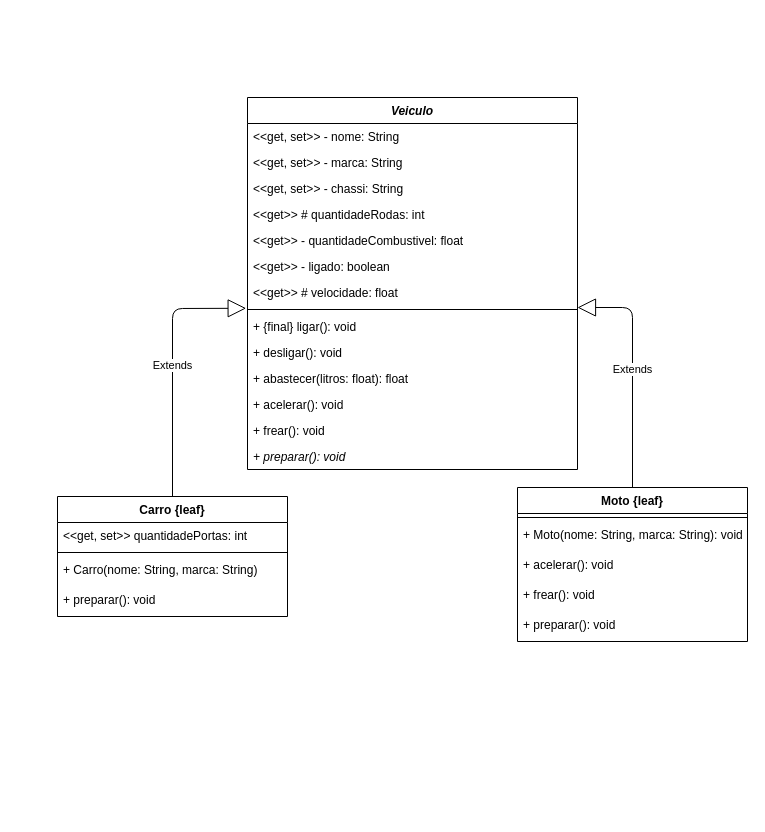
Earlier version of the draw.io diagram UML/veiculo.drawio (andre-s-nascimento/java-oo). Source tidied: cells renumbered, new cells numbered last; positions are measured from the earlier drawing's top-left corner, leaving out a move shared by most shapes. Both pictures are drawn from the tidied source at 100%, with x=0, y=0 at pixel (57, 97).
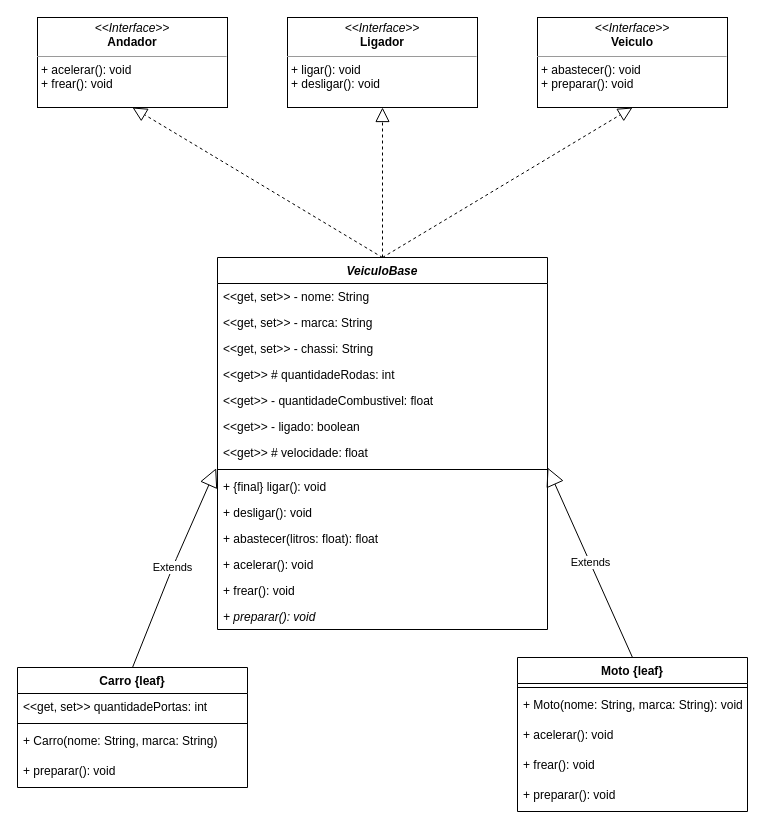
After the change.

Commit message (it also covers changes not shown here):
Interface - Aula 06

Unchanged cells that the change refers to:
```xml
<mxCell id="9" value="&lt;&lt;get&gt;&gt; # velocidade: float" style="text;strokeColor=none;fillColor=none;align=left;verticalAlign=top;spacingLeft=4;spacingRight=4;overflow=hidden;points=[[0,0.5],[1,0.5]];portConstraint=eastwest;" parent="2" vertex="1">
  <mxGeometry y="182" width="330" height="26" as="geometry" />
</mxCell>
```

What changed in the source:
```diff
@@
-    <mxCell id="2" value="Veiculo" style="swimlane;fontStyle=3;align=center;verticalAlign=top;horizontal=1;startSize=26;" parent="1" vertex="1">
-      <mxGeometry x="190" width="330" height="372" as="geometry" />
+    <mxCell id="2" value="VeiculoBase" style="swimlane;fontStyle=3;align=center;verticalAlign=top;horizontal=1;startSize=26;" parent="1" vertex="1">
+      <mxGeometry x="160" y="160" width="330" height="372" as="geometry" />
     </mxCell>
@@
     <mxCell id="17" value="Carro {leaf}" style="swimlane;fontStyle=1;align=center;verticalAlign=top;horizontal=1;startSize=26;" parent="1" vertex="1">
-      <mxGeometry y="399" width="230" height="120" as="geometry" />
+      <mxGeometry x="-40" y="570" width="230" height="120" as="geometry" />
     </mxCell>
@@
     <mxCell id="22" value="Extends" style="endArrow=block;endSize=16;endFill=0;html=1;exitX=0.5;exitY=0;exitDx=0;exitDy=0;entryX=-0.004;entryY=1.107;entryDx=0;entryDy=0;entryPerimeter=0;" parent="1" edge="1" source="17" target="9">
       <mxGeometry relative="1" as="geometry">
         <Array as="points">
-          <mxPoint x="115" y="211" />
+          <mxPoint x="115" y="470" />
         </Array>
       </mxGeometry>
     </mxCell>
     <mxCell id="23" value="Moto {leaf}" style="swimlane;fontStyle=1;align=center;verticalAlign=top;horizontal=1;startSize=26;" parent="1" vertex="1">
-      <mxGeometry x="460" y="390" width="230" height="154" as="geometry" />
+      <mxGeometry x="460" y="560" width="230" height="154" as="geometry" />
     </mxCell>
@@
     <mxCell id="29" value="Extends" style="endArrow=block;endSize=16;endFill=0;html=1;exitX=0.5;exitY=0;exitDx=0;exitDy=0;entryX=1;entryY=1.077;entryDx=0;entryDy=0;entryPerimeter=0;" parent="1" edge="1" source="23" target="9">
-      <mxGeometry relative="1" as="geometry">
-        <Array as="points">
-          <mxPoint x="575" y="210" />
-        </Array>
-      </mxGeometry>
+      <mxGeometry relative="1" as="geometry" />
     </mxCell>
+    <mxCell id="30" value="&lt;p style=&quot;margin:0px;margin-top:4px;text-align:center;&quot;&gt;&lt;i&gt;&amp;lt;&amp;lt;Interface&amp;gt;&amp;gt;&lt;/i&gt;&lt;br&gt;&lt;b&gt;Andador&lt;/b&gt;&lt;/p&gt;&lt;hr size=&quot;1&quot;&gt;&lt;p style=&quot;margin:0px;margin-left:4px;&quot;&gt;&lt;/p&gt;&lt;p style=&quot;margin:0px;margin-left:4px;&quot;&gt;+ acelerar(): void&lt;br&gt;+ frear(): void&lt;/p&gt;" style="verticalAlign=top;align=left;overflow=fill;fontSize=12;fontFamily=Helvetica;html=1;" parent="1" vertex="1">
+      <mxGeometry x="-20" y="-80" width="190" height="90" as="geometry" />
+    </mxCell>
+    <mxCell id="31" value="&lt;p style=&quot;margin:0px;margin-top:4px;text-align:center;&quot;&gt;&lt;i&gt;&amp;lt;&amp;lt;Interface&amp;gt;&amp;gt;&lt;/i&gt;&lt;br&gt;&lt;b&gt;Ligador&lt;/b&gt;&lt;/p&gt;&lt;hr size=&quot;1&quot;&gt;&lt;p style=&quot;margin:0px;margin-left:4px;&quot;&gt;&lt;/p&gt;&lt;p style=&quot;margin:0px;margin-left:4px;&quot;&gt;+ ligar(): void&lt;br&gt;+ desligar(): void&lt;/p&gt;" style="verticalAlign=top;align=left;overflow=fill;fontSize=12;fontFamily=Helvetica;html=1;" parent="1" vertex="1">
+      <mxGeometry x="230" y="-80" width="190" height="90" as="geometry" />
+    </mxCell>
+    <mxCell id="32" value="&lt;p style=&quot;margin:0px;margin-top:4px;text-align:center;&quot;&gt;&lt;i&gt;&amp;lt;&amp;lt;Interface&amp;gt;&amp;gt;&lt;/i&gt;&lt;br&gt;&lt;b&gt;Veiculo&lt;/b&gt;&lt;/p&gt;&lt;hr size=&quot;1&quot;&gt;&lt;p style=&quot;margin:0px;margin-left:4px;&quot;&gt;&lt;/p&gt;&lt;p style=&quot;margin:0px;margin-left:4px;&quot;&gt;+ abastecer(): void&lt;br&gt;+ preparar(): void&lt;/p&gt;" style="verticalAlign=top;align=left;overflow=fill;fontSize=12;fontFamily=Helvetica;html=1;" parent="1" vertex="1">
+      <mxGeometry x="480" y="-80" width="190" height="90" as="geometry" />
+    </mxCell>
+    <mxCell id="33" style="endArrow=block;dashed=1;endFill=0;endSize=12;html=1;entryX=0.5;entryY=1;entryDx=0;entryDy=0;exitX=0.5;exitY=0;exitDx=0;exitDy=0;" parent="1" edge="1" source="2" target="30">
+      <mxGeometry relative="1" as="geometry" />
+    </mxCell>
+    <mxCell id="34" style="endArrow=block;dashed=1;endFill=0;endSize=12;html=1;exitX=0.5;exitY=0;exitDx=0;exitDy=0;entryX=0.5;entryY=1;entryDx=0;entryDy=0;" parent="1" edge="1" source="2" target="31">
+      <mxGeometry relative="1" as="geometry" />
+    </mxCell>
+    <mxCell id="35" style="endArrow=block;dashed=1;endFill=0;endSize=12;html=1;entryX=0.5;entryY=1;entryDx=0;entryDy=0;exitX=0.5;exitY=0;exitDx=0;exitDy=0;" parent="1" edge="1" source="2" target="32">
+      <mxGeometry relative="1" as="geometry" />
+    </mxCell>
```
